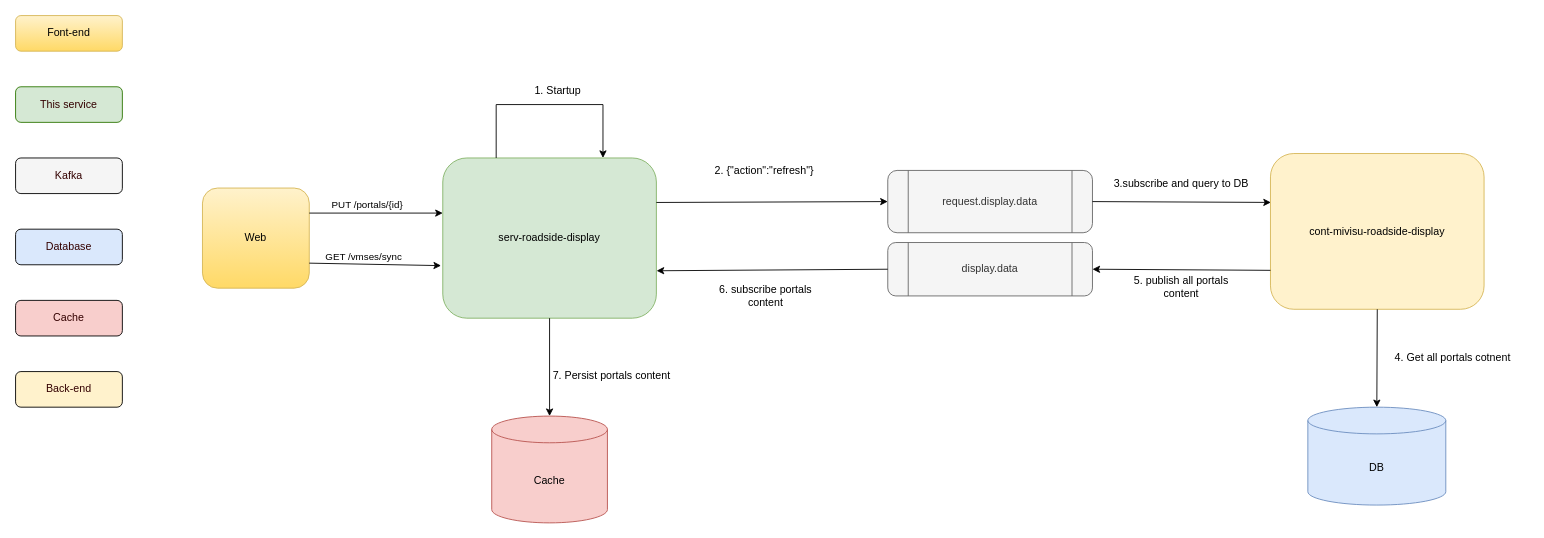
Before: Untitled Diagram.drawio in theshysadec98/diagram_weather, a draw.io diagram. Source tidied: cells renumbered, new cells numbered last; positions are measured from the earlier drawing's top-left corner, leaving out a move shared by most shapes. Both pictures are drawn from the tidied source at 89%, with x=0, y=0 at pixel (15, 15).
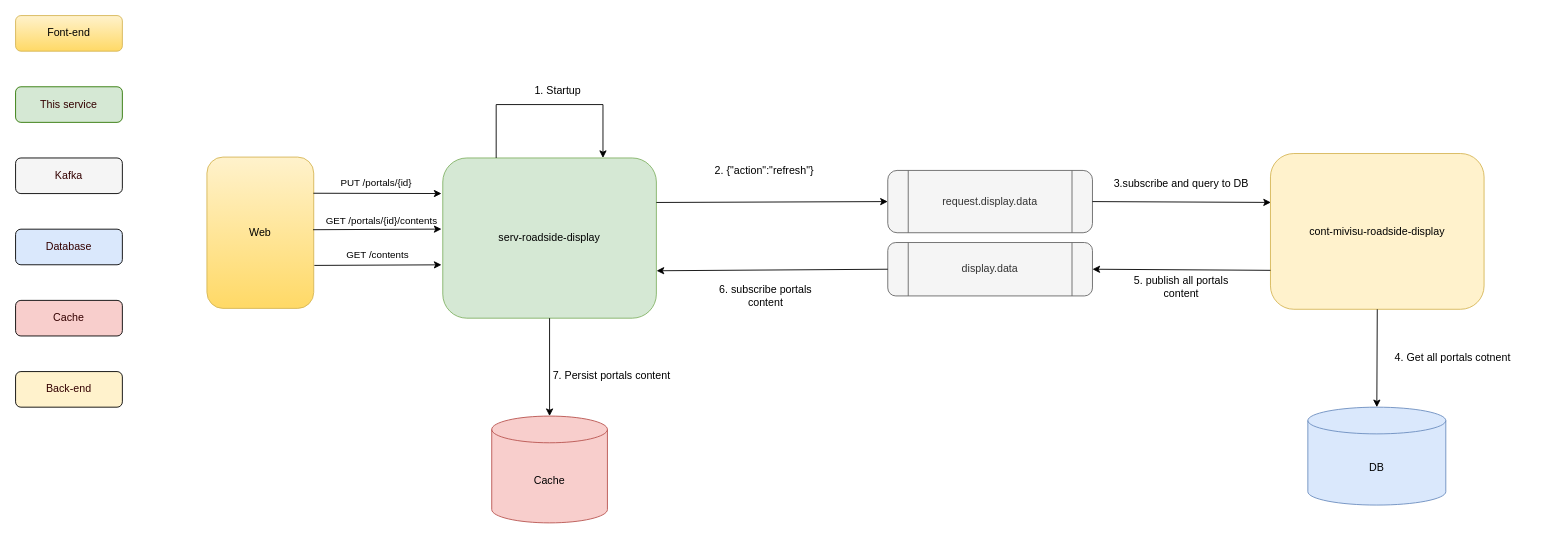
The same page after the edit.

The change refers to these unchanged cells:
```xml
<mxCell id="2" value="serv-roadside-display" style="rounded=1;whiteSpace=wrap;html=1;fillColor=#d5e8d4;strokeColor=#82b366;" parent="1" vertex="1">
  <mxGeometry x="480" y="160" width="240" height="180" as="geometry" />
</mxCell>
```

What changed in the source:
```diff
@@
     <mxCell id="22" value="Web" style="rounded=1;whiteSpace=wrap;html=1;fillColor=#fff2cc;strokeColor=#d6b656;gradientColor=#ffd966;" parent="1" vertex="1">
-      <mxGeometry x="210" y="193.8" width="120" height="112.5" as="geometry" />
+      <mxGeometry x="215" y="159" width="120" height="170" as="geometry" />
     </mxCell>
     <mxCell id="23" value="PUT /portals/{id}" style="edgeLabel;html=1;align=center;verticalAlign=middle;fillColor=none;" parent="1" vertex="1">
-      <mxGeometry x="380" y="255" as="geometry">
+      <mxGeometry x="390" y="230" as="geometry">
         <mxPoint x="14" y="-43" as="offset" />
       </mxGeometry>
     </mxCell>
-    <mxCell id="24" value="GET /vmses/sync" style="edgeLabel;html=1;align=center;verticalAlign=middle;fillColor=none;" parent="1" vertex="1">
-      <mxGeometry x="390" y="270" as="geometry" />
+    <mxCell id="24" value="GET /portals/{id}/contents" style="edgeLabel;html=1;align=center;verticalAlign=middle;fillColor=none;" parent="1" vertex="1">
+      <mxGeometry x="410" y="230" as="geometry" />
     </mxCell>
-    <mxCell id="25" style="endArrow=classic;html=1;rounded=0;exitX=1;exitY=0.75;exitDx=0;exitDy=0;entryX=-0.008;entryY=0.672;entryDx=0;entryDy=0;entryPerimeter=0;" parent="1" edge="1" source="22" target="2">
+    <mxCell id="25" style="endArrow=classic;html=1;rounded=0;exitX=0.994;exitY=0.48;exitDx=0;exitDy=0;entryX=-0.006;entryY=0.444;entryDx=0;entryDy=0;entryPerimeter=0;exitPerimeter=0;" parent="1" edge="1" source="22" target="2">
       <mxGeometry relative="1" as="geometry" />
     </mxCell>
-    <mxCell id="26" style="endArrow=classic;html=1;rounded=0;exitX=1;exitY=0.25;exitDx=0;exitDy=0;entryX=0;entryY=0.344;entryDx=0;entryDy=0;entryPerimeter=0;" parent="1" edge="1" source="22" target="2">
+    <mxCell id="26" style="endArrow=classic;html=1;rounded=0;entryX=-0.006;entryY=0.222;entryDx=0;entryDy=0;entryPerimeter=0;exitX=0.997;exitY=0.239;exitDx=0;exitDy=0;exitPerimeter=0;" parent="1" edge="1" source="22" target="2">
       <mxGeometry relative="1" as="geometry" />
     </mxCell>
@@
+    <mxCell id="33" style="endArrow=classic;html=1;rounded=0;entryX=-0.006;entryY=0.667;entryDx=0;entryDy=0;entryPerimeter=0;exitX=1.006;exitY=0.716;exitDx=0;exitDy=0;exitPerimeter=0;" parent="1" edge="1" source="22" target="2">
+      <mxGeometry relative="1" as="geometry" />
+    </mxCell>
+    <mxCell id="34" value="&lt;span style=&quot;color: rgb(0 , 0 , 0) ; font-family: &amp;#34;helvetica&amp;#34; ; font-size: 11px ; font-style: normal ; font-weight: 400 ; letter-spacing: normal ; text-align: center ; text-indent: 0px ; text-transform: none ; word-spacing: 0px ; background-color: rgb(255 , 255 , 255) ; display: inline ; float: none&quot;&gt;GET /contents&lt;/span&gt;" style="text;whiteSpace=wrap;html=1;fontColor=#330000;" parent="1" vertex="1">
+      <mxGeometry x="370" y="255" width="150" height="30" as="geometry" />
+    </mxCell>
```
